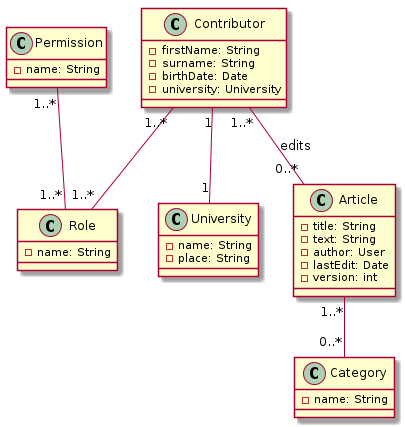
Earlier version of the PlantUML export documentation/uml/domain/domain.png (software-strijders/billy). Its source is kept beside it as documentation/uml/domain/domain.plantuml.
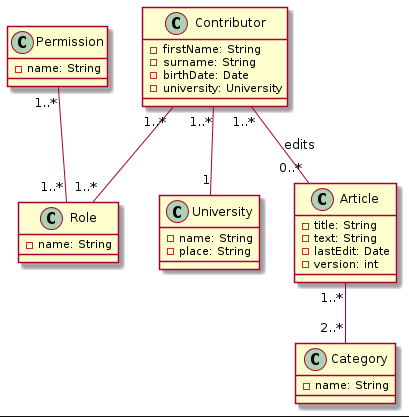
After the commit.

The edit, as a diff of the source:
```diff
@@ -2,7 +2,6 @@
 class Article {
   - title: String
   - text: String
-  - author: User
   - lastEdit: Date
   - version: int
 }
@@ -34,8 +33,8 @@
 Permission "1..*" -- "1..*" Role
 Contributor "1..*" -- "1..*" Role
 Contributor "1..*" -- "0..*" Article : edits
-Contributor "1" -- "1" University
+Contributor "1..*" -- "1" University
 
 
-Article "1..*" -- "0..*" Category
+Article "1..*" -- "2..*" Category
 @enduml
```
